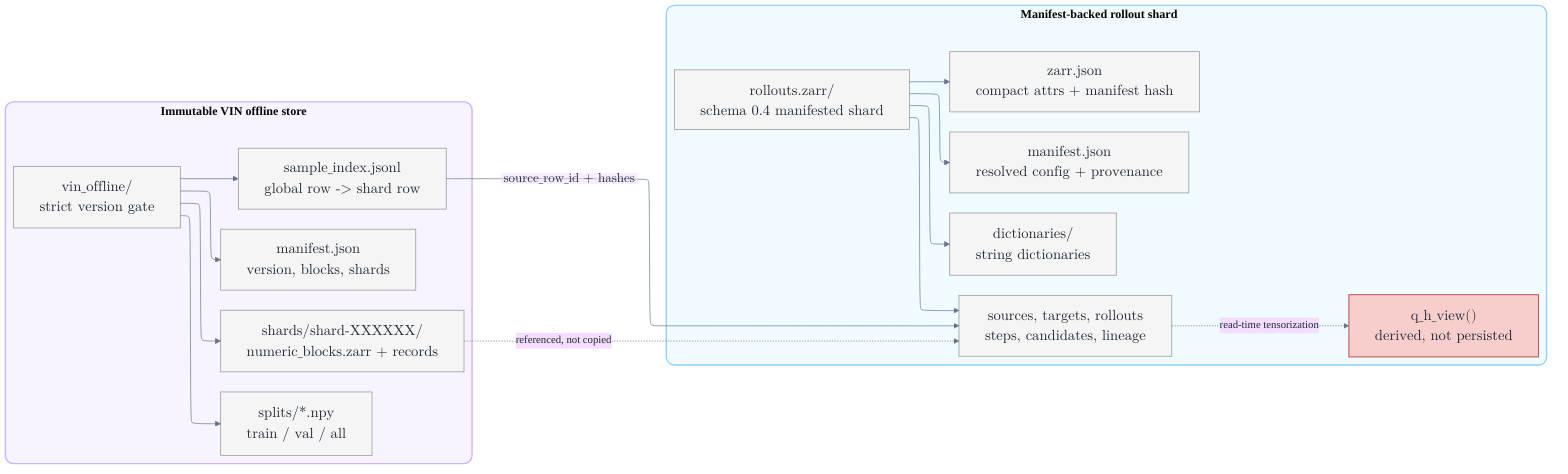
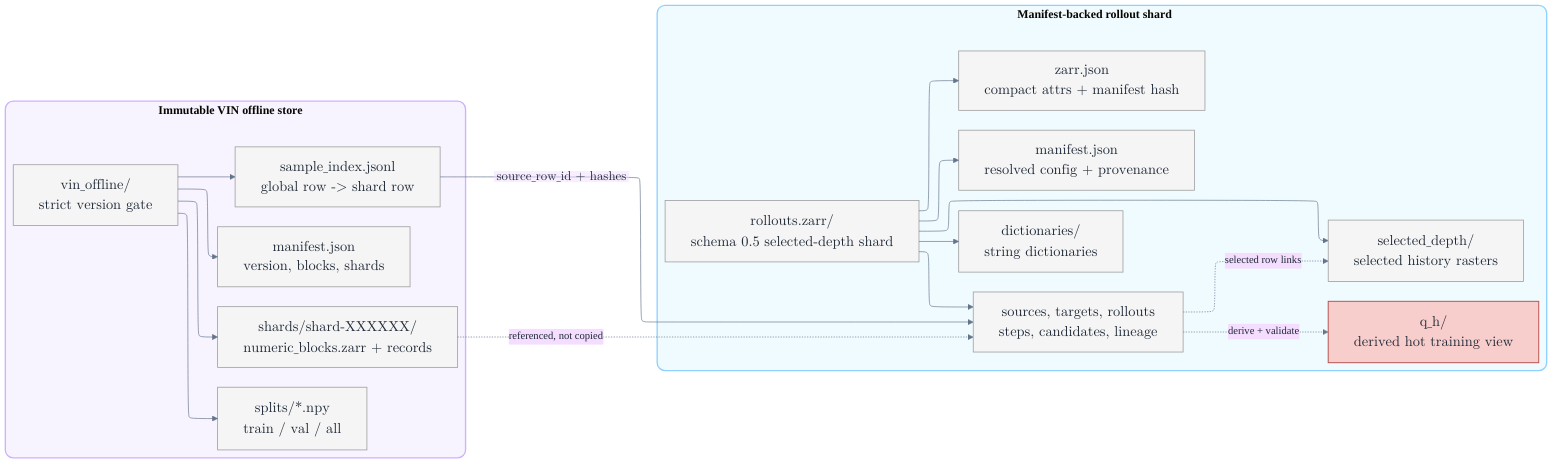
---
config:
  theme: base
  htmlLabels: true
  flowchart:
    htmlLabels: true
    nodeSpacing: 22
    rankSpacing: 34
    curve: basis
  layout: elk
  themeVariables:
    background: "#ffffff"
    fontFamily: "Inter, DejaVu Sans, Arial, sans-serif"
    fontSize: "18px"
    primaryTextColor: "#1f2937"
    lineColor: "#64748b"
  themeCSS: |
    .nodeLabel { font-size: 18px; }
    .edgeLabel { font-size: 16px; }
    .cluster-label { font-size: 18px; font-weight: 700; }
---
flowchart LR
  subgraph Vin["Immutable VIN offline store"]
    VinRoot["$$\\begin{array}{c}\\textbf{\\texttt{vin\\_offline/}}\\\\\\text{strict version gate}\\end{array}$$"]
    VinManifest["$$\\begin{array}{c}\\texttt{manifest.json}\\\\\\text{version, blocks, shards}\\end{array}$$"]
    VinIndex["$$\\begin{array}{c}\\texttt{sample\\_index.jsonl}\\\\\\text{global row -> shard row}\\end{array}$$"]
    VinSplits["$$\\begin{array}{c}\\texttt{splits/*.npy}\\\\\\texttt{train}\\ /\\ \\texttt{val}\\ /\\ \\texttt{all}\\end{array}$$"]
    VinShard["$$\\begin{array}{c}\\texttt{shards/shard-XXXXXX/}\\\\\\texttt{numeric\\_blocks.zarr}\\ +\\ \\text{records}\\end{array}$$"]
  end

  subgraph Rollout["Manifest-backed rollout shard"]
-     RollRoot["$$\\begin{array}{c}\\textbf{\\texttt{rollouts.zarr/}}\\\\\\text{schema 0.4 manifested shard}\\end{array}$$"]
+     RollRoot["$$\\begin{array}{c}\\textbf{\\texttt{rollouts.zarr/}}\\\\\\text{schema 0.5 selected-depth shard}\\end{array}$$"]
    RollZarr["$$\\begin{array}{c}\\texttt{zarr.json}\\\\\\text{compact attrs + manifest hash}\\end{array}$$"]
    RollManifest["$$\\begin{array}{c}\\texttt{manifest.json}\\\\\\text{resolved config + provenance}\\end{array}$$"]
    RollDict["$$\\begin{array}{c}\\texttt{dictionaries/}\\\\\\text{string dictionaries}\\end{array}$$"]
    RollTables["$$\\begin{array}{c}\\texttt{sources, targets, rollouts}\\\\\\texttt{steps, candidates, lineage}\\end{array}$$"]
-     RollDerived["$$\\begin{array}{c}\\texttt{q\\_h\\_view()}\\\\\\text{derived, not persisted}\\end{array}$$"]
+     RollDepth["$$\\begin{array}{c}\\texttt{selected\\_depth/}\\\\\\text{selected history rasters}\\end{array}$$"]
+     RollQH["$$\\begin{array}{c}\\texttt{q\\_h/}\\\\\\text{derived hot training view}\\end{array}$$"]
  end

  VinRoot --> VinManifest
  VinRoot --> VinIndex
  VinRoot --> VinSplits
  VinRoot --> VinShard
  RollRoot --> RollZarr
  RollRoot --> RollManifest
  RollRoot --> RollDict
  RollRoot --> RollTables
-   RollTables -. "read-time tensorization" .-> RollDerived
+   RollRoot --> RollDepth
+   RollTables -. "selected row links" .-> RollDepth
+   RollTables -. "derive + validate" .-> RollQH
  VinIndex -->|"$$\\texttt{source\\_row\\_id}\\ +\\ \\text{hashes}$$"| RollTables
  VinShard -. "referenced, not copied" .-> RollTables

  classDef input fill:#D5E8D4,stroke:#82B366,stroke-width:1.5px,rx:0,ry:0;
  classDef output fill:#F8CECC,stroke:#B85450,stroke-width:1.5px,rx:0,ry:0;
  classDef compute fill:#E1D5E7,stroke:#9673A6,stroke-width:1.5px,rx:8,ry:8;
  classDef data fill:#F5F5F5,stroke:#9E9E9E,stroke-width:1.2px,rx:0,ry:0;

-   class VinRoot,RollRoot,VinManifest,VinIndex,VinSplits,VinShard,RollZarr,RollManifest,RollDict,RollTables data;
-   class RollDerived output;
+   class VinRoot,RollRoot,VinManifest,VinIndex,VinSplits,VinShard,RollZarr,RollManifest,RollDict,RollTables,RollDepth data;
+   class RollQH output;

  style Vin fill:#f7f3ff,stroke:#cdb2ff,stroke-width:2px,rx:12,ry:12
  style Rollout fill:#f0fbff,stroke:#8fd0ff,stroke-width:2px,rx:12,ry:12
